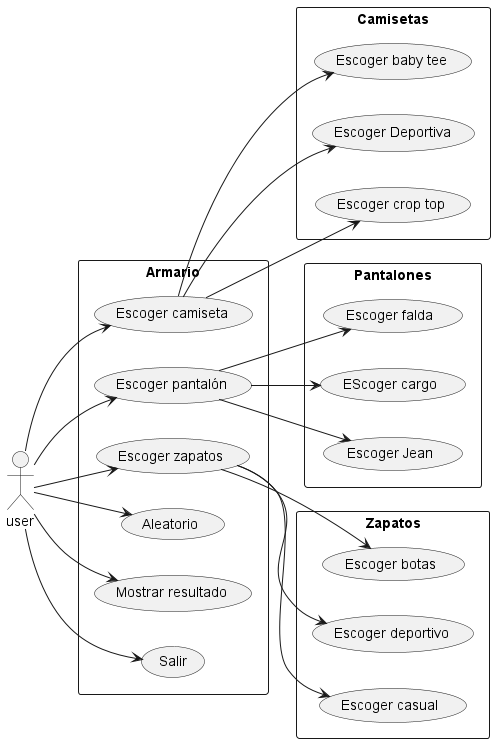
Before: out/diagramaCasosDeUso/diagramaCasosDeUso.png, a diagram exported from PlantUML (lauraax/programaDiagnostico). Its diagram source:
```plantuml
@startuml

left to right direction
actor user as us

rectangle Armario {
    usecase "Escoger camiseta" as UC1
    usecase "Escoger pantalón" as UC2
    usecase "Escoger zapatos" as UC3
    usecase "Aleatorio" as UC4
    usecase "Mostrar resultado" as UC5
    usecase "Salir" as UC6

}


rectangle Camisetas{
    usecase "Escoger baby tee" as UC1.1
    usecase "Escoger Deportiva" as UC1.2
    usecase "Escoger crop top" as UC1.3
}

rectangle Pantalones{
    usecase "Escoger falda" as UC2.1
    usecase "EScoger cargo" as UC2.2
    usecase "Escoger Jean" as UC2.3
}

rectangle Zapatos{
    usecase "Escoger botas" as UC3.1
    usecase "Escoger deportivo" as UC3.2
    usecase "Escoger casual" as UC3.3
}

us --> UC1
us --> UC2
us --> UC3
us --> UC4
us --> UC5
us --> UC6

UC1 --> UC1.1
UC1 --> UC1.2
UC1 --> UC1.3

UC2 --> UC2.1
UC2 --> UC2.2
UC2 --> UC2.3

UC3 --> UC3.1
UC3 --> UC3.2
UC3 --> UC3.3
@enduml
```
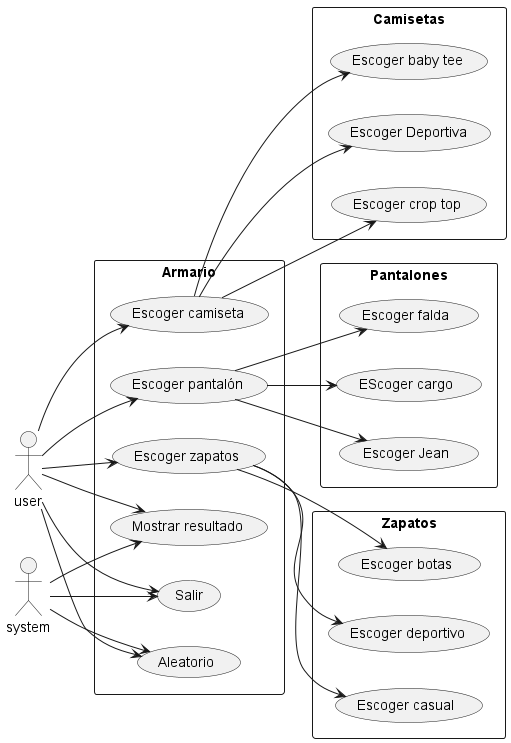
After the commit.

The edit, as a diff of the source:
```diff
@@ -2,6 +2,7 @@
 
 left to right direction
 actor user as us
+actor system as sys
 
 rectangle Armario {
     usecase "Escoger camiseta" as UC1
@@ -50,4 +51,8 @@
 UC3 --> UC3.1
 UC3 --> UC3.2
 UC3 --> UC3.3
+
+sys --> UC4
+sys --> UC5
+sys --> UC6
 @enduml
```
